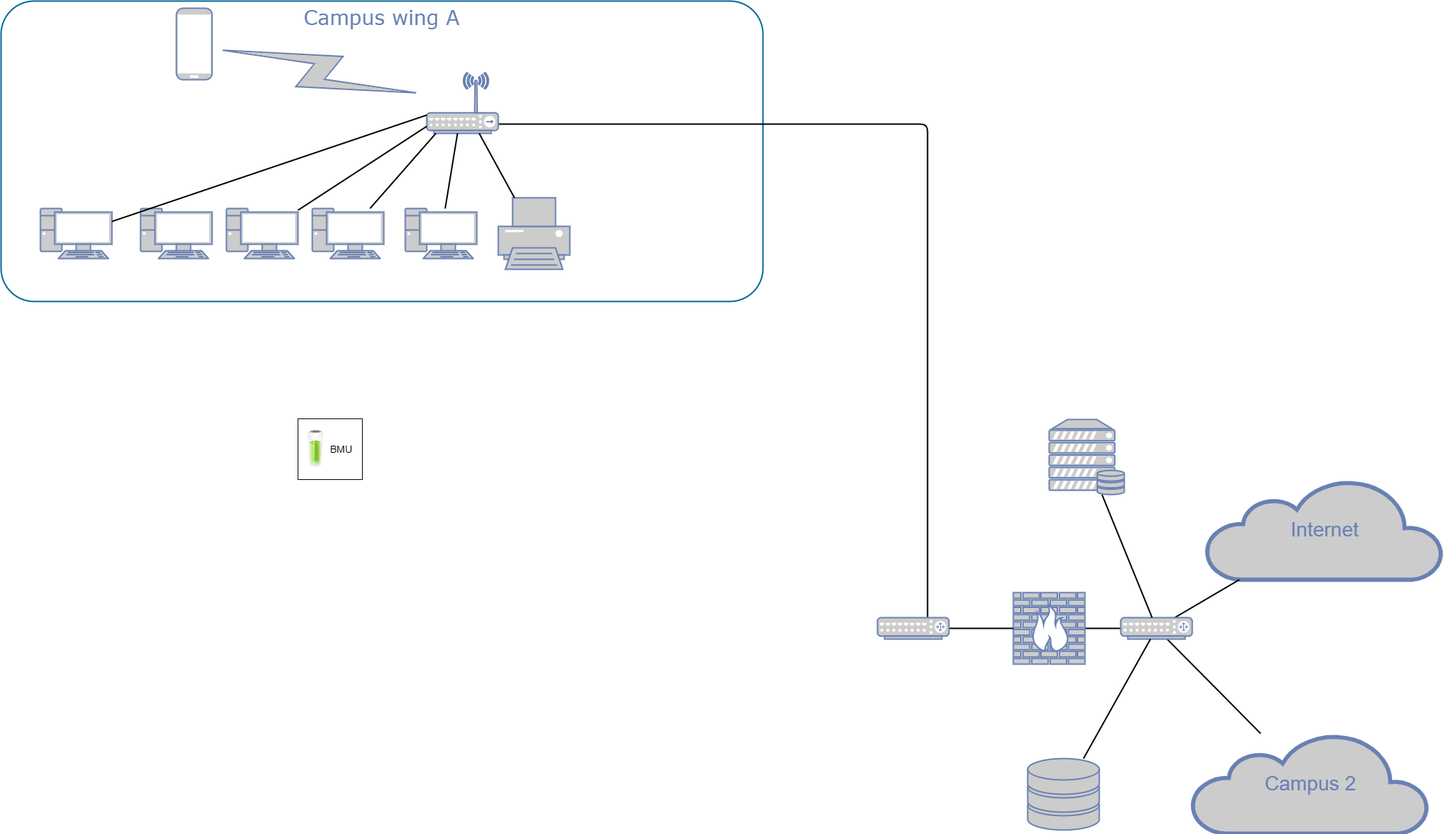
jingfengLu/Draw keeps this draw.io diagram as BMU对EMS的通讯方案.png. Above is the earlier version. Source tidied: cells renumbered, new cells last; positions are measured from the earlier drawing's top-left corner, leaving out a move shared by most shapes.
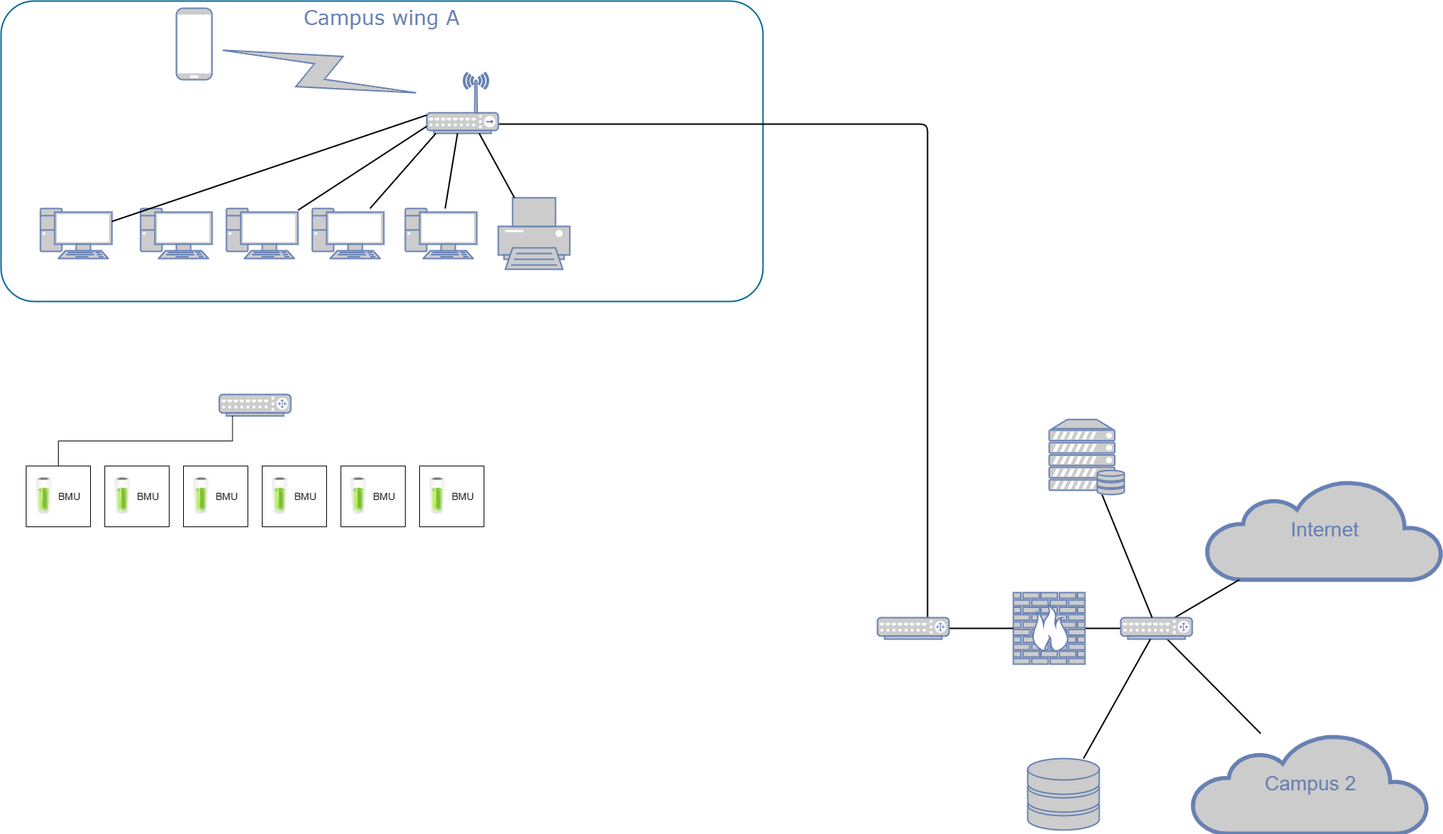
The same diagram one commit later.

Commit message:
更新BMU对EMS的通讯方案.png

Change to the diagram source:
```diff
@@ -94,7 +94,7 @@
       <mxGeometry x="1665" y="1024" width="330" height="140" as="geometry" />
     </mxCell>
     <mxCell id="31" style="group;" parent="1" vertex="1">
-      <mxGeometry x="415" y="584" width="90" height="85" as="geometry" />
+      <mxGeometry x="145" y="650" width="90" height="85" as="geometry" />
     </mxCell>
     <mxCell id="32" value="&lt;font style=&quot;font-size: 14px;&quot;&gt;BMU&amp;nbsp; &amp;nbsp;&lt;/font&gt;" style="rounded=0;whiteSpace=wrap;html=1;align=right;" parent="31" vertex="1">
       <mxGeometry width="90" height="85" as="geometry" />
@@ -102,5 +102,56 @@
     <mxCell id="33" style="image;html=1;image=img/lib/clip_art/general/Battery_75_128x128.png;" parent="31" vertex="1">
       <mxGeometry x="10" y="16.2" width="30" height="52.5" as="geometry" />
     </mxCell>
+    <mxCell id="34" style="group;" parent="1" vertex="1">
+      <mxGeometry x="35" y="650" width="90" height="85" as="geometry" />
+    </mxCell>
+    <mxCell id="35" value="&lt;font style=&quot;font-size: 14px;&quot;&gt;BMU&amp;nbsp; &amp;nbsp;&lt;/font&gt;" style="rounded=0;whiteSpace=wrap;html=1;align=right;" parent="34" vertex="1">
+      <mxGeometry width="90" height="85" as="geometry" />
+    </mxCell>
+    <mxCell id="36" style="image;html=1;image=img/lib/clip_art/general/Battery_75_128x128.png;" parent="34" vertex="1">
+      <mxGeometry x="10" y="16.2" width="30" height="52.5" as="geometry" />
+    </mxCell>
+    <mxCell id="37" style="group;" parent="1" vertex="1">
+      <mxGeometry x="255" y="650" width="90" height="85" as="geometry" />
+    </mxCell>
+    <mxCell id="38" value="&lt;font style=&quot;font-size: 14px;&quot;&gt;BMU&amp;nbsp; &amp;nbsp;&lt;/font&gt;" style="rounded=0;whiteSpace=wrap;html=1;align=right;" parent="37" vertex="1">
+      <mxGeometry width="90" height="85" as="geometry" />
+    </mxCell>
+    <mxCell id="39" style="image;html=1;image=img/lib/clip_art/general/Battery_75_128x128.png;" parent="37" vertex="1">
+      <mxGeometry x="10" y="16.2" width="30" height="52.5" as="geometry" />
+    </mxCell>
+    <mxCell id="40" style="group;" parent="1" vertex="1">
+      <mxGeometry x="475" y="650" width="90" height="85" as="geometry" />
+    </mxCell>
+    <mxCell id="41" value="&lt;font style=&quot;font-size: 14px;&quot;&gt;BMU&amp;nbsp; &amp;nbsp;&lt;/font&gt;" style="rounded=0;whiteSpace=wrap;html=1;align=right;" parent="40" vertex="1">
+      <mxGeometry width="90" height="85" as="geometry" />
+    </mxCell>
+    <mxCell id="42" style="image;html=1;image=img/lib/clip_art/general/Battery_75_128x128.png;" parent="40" vertex="1">
+      <mxGeometry x="10" y="16.2" width="30" height="52.5" as="geometry" />
+    </mxCell>
+    <mxCell id="43" style="group;" parent="1" vertex="1">
+      <mxGeometry x="365" y="650" width="90" height="85" as="geometry" />
+    </mxCell>
+    <mxCell id="44" value="&lt;font style=&quot;font-size: 14px;&quot;&gt;BMU&amp;nbsp; &amp;nbsp;&lt;/font&gt;" style="rounded=0;whiteSpace=wrap;html=1;align=right;" parent="43" vertex="1">
+      <mxGeometry width="90" height="85" as="geometry" />
+    </mxCell>
+    <mxCell id="45" style="image;html=1;image=img/lib/clip_art/general/Battery_75_128x128.png;" parent="43" vertex="1">
+      <mxGeometry x="10" y="16.2" width="30" height="52.5" as="geometry" />
+    </mxCell>
+    <mxCell id="46" style="group;" parent="1" vertex="1">
+      <mxGeometry x="585" y="650" width="90" height="85" as="geometry" />
+    </mxCell>
+    <mxCell id="47" value="&lt;font style=&quot;font-size: 14px;&quot;&gt;BMU&amp;nbsp; &amp;nbsp;&lt;/font&gt;" style="rounded=0;whiteSpace=wrap;html=1;align=right;" parent="46" vertex="1">
+      <mxGeometry width="90" height="85" as="geometry" />
+    </mxCell>
+    <mxCell id="48" style="image;html=1;image=img/lib/clip_art/general/Battery_75_128x128.png;" parent="46" vertex="1">
+      <mxGeometry x="10" y="16.2" width="30" height="52.5" as="geometry" />
+    </mxCell>
+    <mxCell id="49" style="fontColor=#0066CC;verticalAlign=top;verticalLabelPosition=bottom;labelPosition=center;align=center;html=1;fillColor=#CCCCCC;strokeColor=#6881B3;gradientColor=none;gradientDirection=north;strokeWidth=2;shape=mxgraph.networks.router;rounded=0;shadow=0;comic=0;" parent="1" vertex="1">
+      <mxGeometry x="305" y="550" width="100" height="30" as="geometry" />
+    </mxCell>
+    <mxCell id="50" style="edgeStyle=orthogonalEdgeStyle;rounded=0;jettySize=auto;html=1;exitX=0.5;exitY=0;exitDx=0;exitDy=0;entryX=0.185;entryY=0.995;entryDx=0;entryDy=0;entryPerimeter=0;endArrow=none;endFill=0;" parent="1" edge="1" source="35" target="49">
+      <mxGeometry relative="1" as="geometry" />
+    </mxCell>
   </root>
 </mxGraphModel>
```
